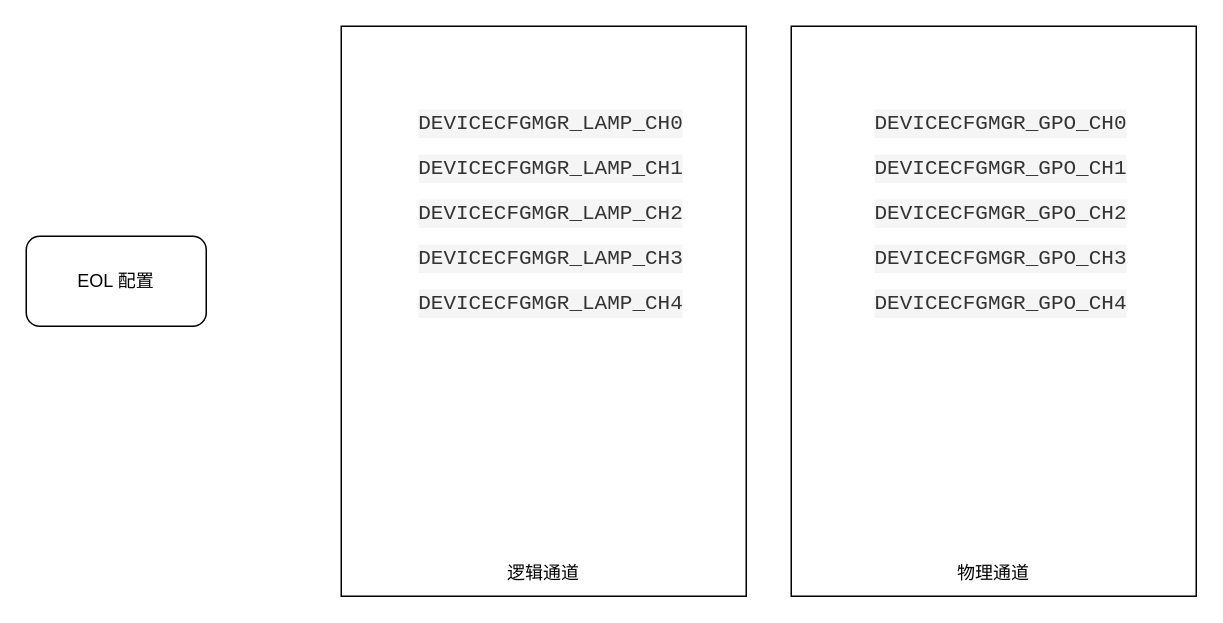
Above: Gpo_configuration.drawio in woshitanwang/pics_procdure (draw.io), before the change. Source tidied: cells renumbered, new cells numbered last; positions are measured from the earlier drawing's top-left corner, leaving out a move shared by most shapes. Both pictures are drawn from the tidied source at 150%, with x=0, y=0 at pixel (26, 26).
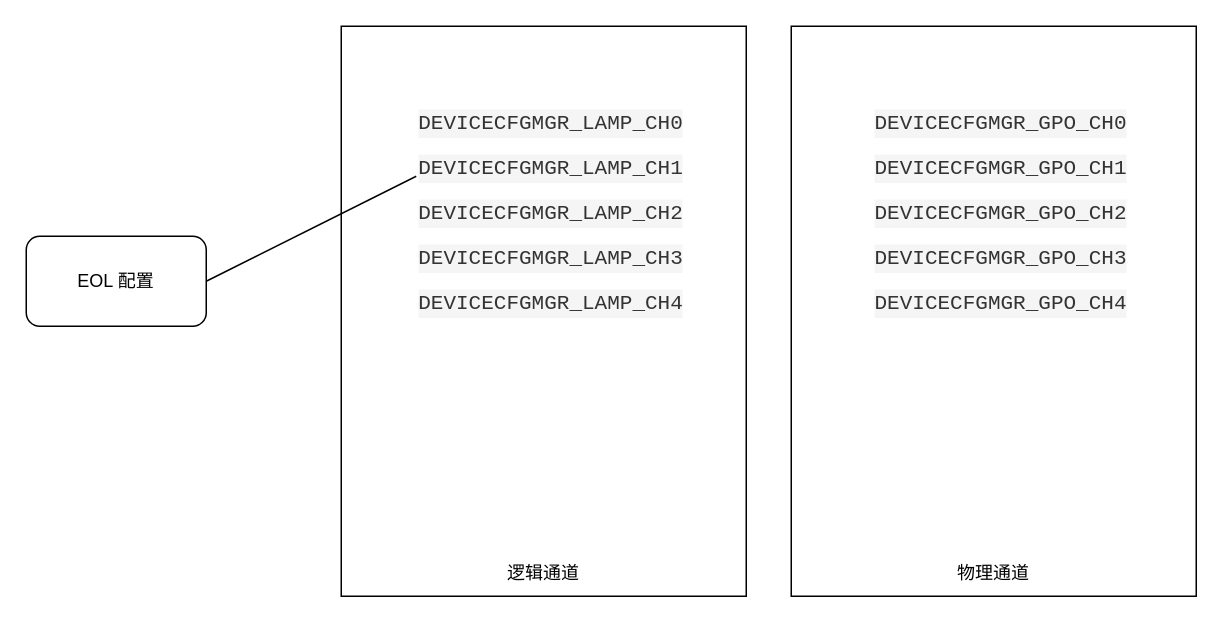
The same page after the edit.

Change to the diagram source:
```diff
@@
 <mxGraphModel>
   <root>
     <mxCell id="0" />
     <mxCell id="1" parent="0" />
     <mxCell id="2" style="rounded=0;whiteSpace=wrap;html=1;" parent="1" vertex="1">
       <mxGeometry x="210" width="270" height="380" as="geometry" />
     </mxCell>
     <mxCell id="3" value="逻辑通道" style="text;html=1;strokeColor=none;fillColor=none;align=center;verticalAlign=middle;whiteSpace=wrap;rounded=0;" parent="1" vertex="1">
       <mxGeometry x="315" y="350" width="60" height="30" as="geometry" />
     </mxCell>
     <mxCell id="4" style="rounded=0;whiteSpace=wrap;html=1;" parent="1" vertex="1">
       <mxGeometry x="510" width="270" height="380" as="geometry" />
     </mxCell>
     <mxCell id="5" value="物理通道" style="text;html=1;strokeColor=none;fillColor=none;align=center;verticalAlign=middle;whiteSpace=wrap;rounded=0;" parent="1" vertex="1">
       <mxGeometry x="615" y="350" width="60" height="30" as="geometry" />
     </mxCell>
     <mxCell id="6" value="&lt;div style=&quot;color: rgb(51, 51, 51); background-color: rgb(245, 245, 245); font-family: Consolas, &amp;quot;Courier New&amp;quot;, monospace; font-size: 14px; line-height: 19px;&quot;&gt;DEVICECFGMGR_LAMP_CH0&lt;/div&gt;" style="text;html=1;strokeColor=none;fillColor=none;align=center;verticalAlign=middle;whiteSpace=wrap;rounded=0;" parent="1" vertex="1">
       <mxGeometry x="250" y="50" width="200" height="30" as="geometry" />
     </mxCell>
     <mxCell id="7" value="&lt;div style=&quot;color: rgb(51, 51, 51); background-color: rgb(245, 245, 245); font-family: Consolas, &amp;quot;Courier New&amp;quot;, monospace; font-size: 14px; line-height: 19px;&quot;&gt;DEVICECFGMGR_LAMP_CH1&lt;/div&gt;" style="text;html=1;strokeColor=none;fillColor=none;align=center;verticalAlign=middle;whiteSpace=wrap;rounded=0;" parent="1" vertex="1">
       <mxGeometry x="250" y="80" width="200" height="30" as="geometry" />
     </mxCell>
     <mxCell id="8" value="&lt;div style=&quot;color: rgb(51, 51, 51); background-color: rgb(245, 245, 245); font-family: Consolas, &amp;quot;Courier New&amp;quot;, monospace; font-size: 14px; line-height: 19px;&quot;&gt;DEVICECFGMGR_LAMP_CH2&lt;/div&gt;" style="text;html=1;strokeColor=none;fillColor=none;align=center;verticalAlign=middle;whiteSpace=wrap;rounded=0;" parent="1" vertex="1">
       <mxGeometry x="250" y="110" width="200" height="30" as="geometry" />
     </mxCell>
     <mxCell id="9" value="&lt;div style=&quot;color: rgb(51, 51, 51); background-color: rgb(245, 245, 245); font-family: Consolas, &amp;quot;Courier New&amp;quot;, monospace; font-size: 14px; line-height: 19px;&quot;&gt;DEVICECFGMGR_LAMP_CH3&lt;/div&gt;" style="text;html=1;strokeColor=none;fillColor=none;align=center;verticalAlign=middle;whiteSpace=wrap;rounded=0;" parent="1" vertex="1">
       <mxGeometry x="250" y="140" width="200" height="30" as="geometry" />
     </mxCell>
     <mxCell id="10" value="&lt;div style=&quot;color: rgb(51, 51, 51); background-color: rgb(245, 245, 245); font-family: Consolas, &amp;quot;Courier New&amp;quot;, monospace; font-size: 14px; line-height: 19px;&quot;&gt;DEVICECFGMGR_LAMP_CH4&lt;/div&gt;" style="text;html=1;strokeColor=none;fillColor=none;align=center;verticalAlign=middle;whiteSpace=wrap;rounded=0;" parent="1" vertex="1">
       <mxGeometry x="250" y="170" width="200" height="30" as="geometry" />
     </mxCell>
     <mxCell id="11" value="&lt;div style=&quot;color: rgb(51, 51, 51); background-color: rgb(245, 245, 245); font-family: Consolas, &amp;quot;Courier New&amp;quot;, monospace; font-size: 14px; line-height: 19px;&quot;&gt;&lt;div style=&quot;line-height: 19px;&quot;&gt;DEVICECFGMGR_GPO_CH0&lt;/div&gt;&lt;/div&gt;" style="text;html=1;strokeColor=none;fillColor=none;align=center;verticalAlign=middle;whiteSpace=wrap;rounded=0;" parent="1" vertex="1">
       <mxGeometry x="550" y="50" width="200" height="30" as="geometry" />
     </mxCell>
     <mxCell id="12" value="&lt;div style=&quot;color: rgb(51, 51, 51); background-color: rgb(245, 245, 245); font-family: Consolas, &amp;quot;Courier New&amp;quot;, monospace; font-size: 14px; line-height: 19px;&quot;&gt;&lt;div style=&quot;line-height: 19px;&quot;&gt;DEVICECFGMGR_GPO_CH1&lt;/div&gt;&lt;/div&gt;" style="text;html=1;strokeColor=none;fillColor=none;align=center;verticalAlign=middle;whiteSpace=wrap;rounded=0;" parent="1" vertex="1">
       <mxGeometry x="550" y="80" width="200" height="30" as="geometry" />
     </mxCell>
     <mxCell id="13" value="&lt;div style=&quot;color: rgb(51, 51, 51); background-color: rgb(245, 245, 245); font-family: Consolas, &amp;quot;Courier New&amp;quot;, monospace; font-size: 14px; line-height: 19px;&quot;&gt;&lt;div style=&quot;line-height: 19px;&quot;&gt;DEVICECFGMGR_GPO_CH2&lt;/div&gt;&lt;/div&gt;" style="text;html=1;strokeColor=none;fillColor=none;align=center;verticalAlign=middle;whiteSpace=wrap;rounded=0;" parent="1" vertex="1">
       <mxGeometry x="550" y="110" width="200" height="30" as="geometry" />
     </mxCell>
     <mxCell id="14" value="&lt;div style=&quot;color: rgb(51, 51, 51); background-color: rgb(245, 245, 245); font-family: Consolas, &amp;quot;Courier New&amp;quot;, monospace; font-size: 14px; line-height: 19px;&quot;&gt;&lt;div style=&quot;line-height: 19px;&quot;&gt;DEVICECFGMGR_GPO_CH3&lt;/div&gt;&lt;/div&gt;" style="text;html=1;strokeColor=none;fillColor=none;align=center;verticalAlign=middle;whiteSpace=wrap;rounded=0;" parent="1" vertex="1">
       <mxGeometry x="550" y="140" width="200" height="30" as="geometry" />
     </mxCell>
     <mxCell id="15" value="&lt;div style=&quot;color: rgb(51, 51, 51); background-color: rgb(245, 245, 245); font-family: Consolas, &amp;quot;Courier New&amp;quot;, monospace; font-size: 14px; line-height: 19px;&quot;&gt;&lt;div style=&quot;line-height: 19px;&quot;&gt;DEVICECFGMGR_GPO_CH4&lt;/div&gt;&lt;/div&gt;" style="text;html=1;strokeColor=none;fillColor=none;align=center;verticalAlign=middle;whiteSpace=wrap;rounded=0;" parent="1" vertex="1">
       <mxGeometry x="550" y="170" width="200" height="30" as="geometry" />
     </mxCell>
     <mxCell id="16" value="EOL 配置" style="rounded=1;whiteSpace=wrap;html=1;" parent="1" vertex="1">
       <mxGeometry y="140" width="120" height="60" as="geometry" />
     </mxCell>
+    <mxCell id="17" style="endArrow=none;html=1;rounded=0;exitX=1;exitY=0.5;exitDx=0;exitDy=0;" parent="1" edge="1" source="16">
+      <mxGeometry relative="1" as="geometry">
+        <mxPoint x="260" y="100" as="targetPoint" />
+      </mxGeometry>
+    </mxCell>
   </root>
 </mxGraphModel>
```
